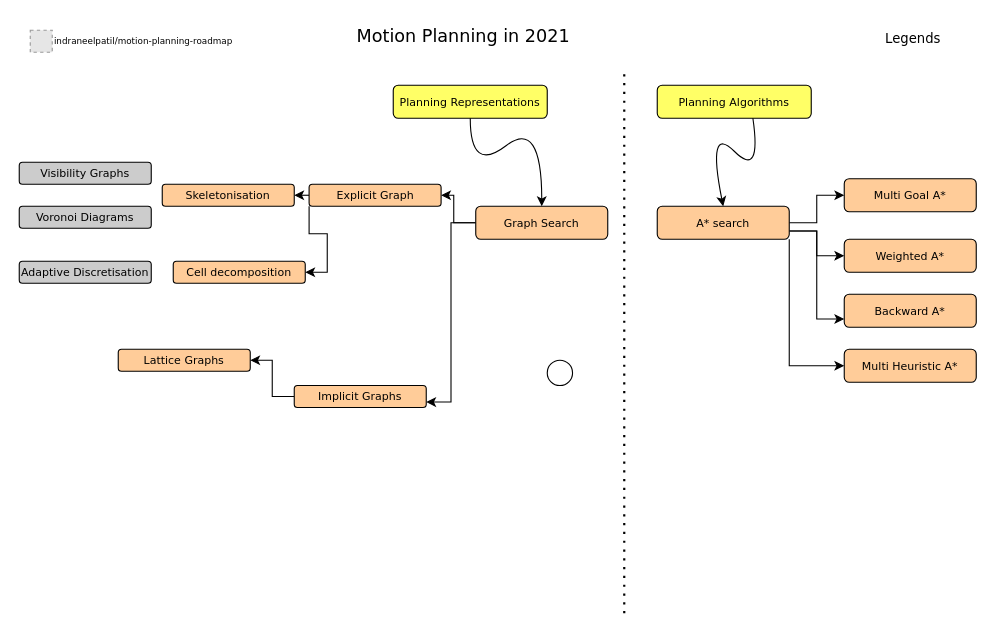
indraneelpatil/motion-planning-roadmap keeps this draw.io diagram as Untitled Diagram.drawio. Above is the earlier version. Source tidied: cells renumbered, new cells numbered last; positions are measured from the earlier drawing's top-left corner, leaving out a move shared by most shapes. Both pictures are drawn from the tidied source at 110%, with x=0, y=0 at pixel (19, 19). Pictures stored in the file or linked from it are replaced by grey dashed boxes.
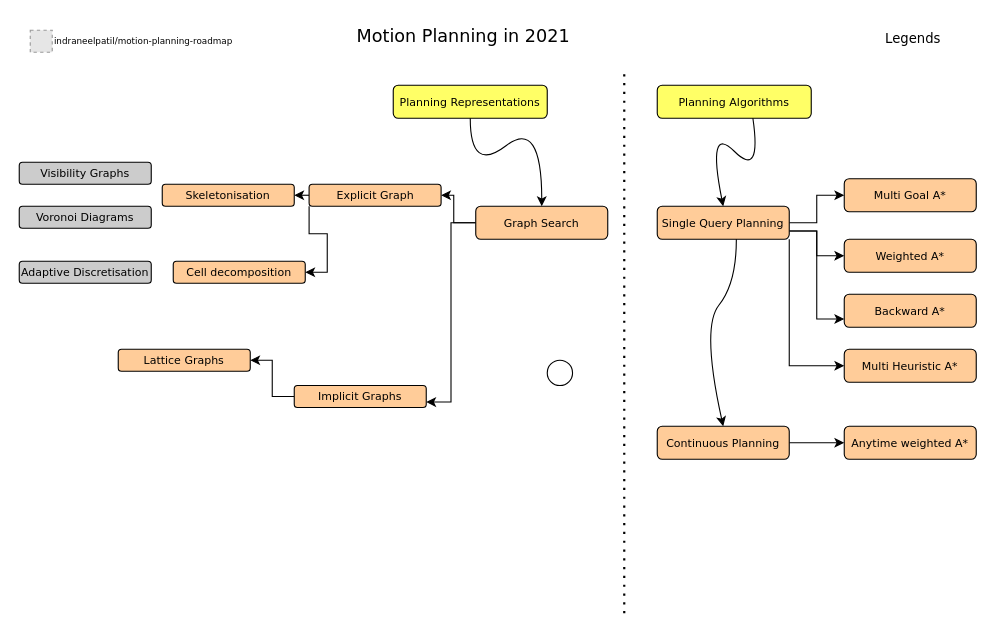
After the change.

The edit, as a diff of the source:
```diff
@@
-    <mxCell id="29" value="A* search" style="rounded=1;whiteSpace=wrap;html=1;comic=0;fontFamily=Verdana;fontSize=10;fillColor=#FFCC99;" parent="1" vertex="1">
+    <mxCell id="29" value="Single Query Planning" style="rounded=1;whiteSpace=wrap;html=1;comic=0;fontFamily=Verdana;fontSize=10;fillColor=#FFCC99;" parent="1" vertex="1">
       <mxGeometry x="580" y="170" width="120" height="30" as="geometry" />
     </mxCell>
@@
+    <mxCell id="35" style="curved=1;endArrow=classic;html=1;rounded=0;exitX=0.621;exitY=1;exitDx=0;exitDy=0;exitPerimeter=0;" parent="1" edge="1">
+      <mxGeometry relative="1" as="geometry">
+        <mxPoint x="651.9" y="200" as="sourcePoint" />
+        <mxPoint x="640" y="370" as="targetPoint" />
+        <Array as="points">
+          <mxPoint x="652" y="240" />
+          <mxPoint x="620" y="280" />
+        </Array>
+      </mxGeometry>
+    </mxCell>
+    <mxCell id="36" style="edgeStyle=orthogonalEdgeStyle;rounded=0;jettySize=auto;html=1;exitX=1;exitY=0.5;exitDx=0;exitDy=0;" parent="1" edge="1" source="37" target="38">
+      <mxGeometry relative="1" as="geometry" />
+    </mxCell>
+    <mxCell id="37" value="Continuous Planning" style="rounded=1;whiteSpace=wrap;html=1;comic=0;fontFamily=Verdana;fontSize=10;fillColor=#FFCC99;" parent="1" vertex="1">
+      <mxGeometry x="580" y="370" width="120" height="30" as="geometry" />
+    </mxCell>
+    <mxCell id="38" value="Anytime weighted A*" style="rounded=1;whiteSpace=wrap;html=1;comic=0;fontFamily=Verdana;fontSize=10;fillColor=#FFCC99;" parent="1" vertex="1">
+      <mxGeometry x="750" y="370" width="120" height="30" as="geometry" />
+    </mxCell>
```
